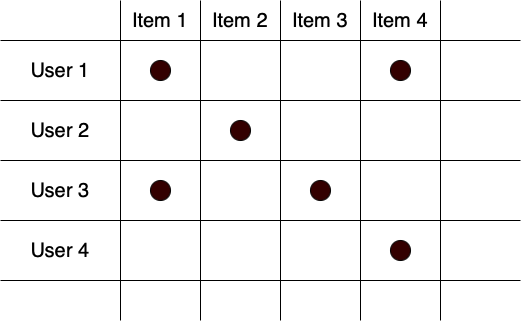
This is book/ch_recommendation_system/imgs/utility_matrix.png from tiepvupsu/tabml_book, a draw.io export, as it was before one commit. Source tidied: cells renumbered, new cells last; positions are measured from the earlier drawing's top-left corner, leaving out a move shared by most shapes.
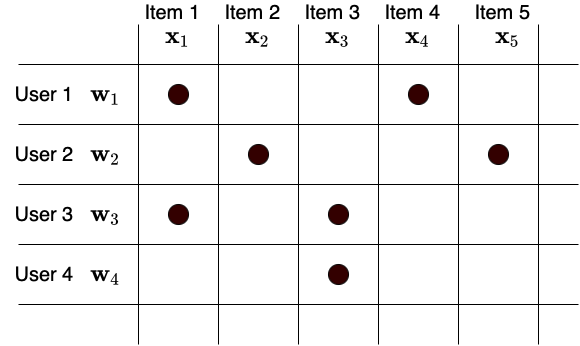
Above is the later version.

Diff of the diagram source:
```diff
@@ -1,35 +1,35 @@
-<mxGraphModel>
+<mxGraphModel math="1">
   <root>
     <mxCell id="0" />
     <mxCell id="1" parent="0" />
     <mxCell id="2" style="endArrow=none;html=1;" parent="1" edge="1">
       <mxGeometry relative="1" as="geometry">
         <mxPoint y="40" as="sourcePoint" />
-        <mxPoint x="520" y="40" as="targetPoint" />
+        <mxPoint x="560" y="40" as="targetPoint" />
       </mxGeometry>
     </mxCell>
     <mxCell id="3" style="endArrow=none;html=1;" parent="1" edge="1">
       <mxGeometry relative="1" as="geometry">
         <mxPoint y="100" as="sourcePoint" />
-        <mxPoint x="520" y="100" as="targetPoint" />
+        <mxPoint x="560" y="100" as="targetPoint" />
       </mxGeometry>
     </mxCell>
     <mxCell id="4" style="endArrow=none;html=1;" parent="1" edge="1">
       <mxGeometry relative="1" as="geometry">
         <mxPoint y="160" as="sourcePoint" />
-        <mxPoint x="520" y="160" as="targetPoint" />
+        <mxPoint x="560" y="160" as="targetPoint" />
       </mxGeometry>
     </mxCell>
     <mxCell id="5" style="endArrow=none;html=1;" parent="1" edge="1">
       <mxGeometry relative="1" as="geometry">
         <mxPoint y="220" as="sourcePoint" />
-        <mxPoint x="520" y="220" as="targetPoint" />
+        <mxPoint x="560" y="220" as="targetPoint" />
       </mxGeometry>
     </mxCell>
     <mxCell id="6" style="endArrow=none;html=1;" parent="1" edge="1">
       <mxGeometry relative="1" as="geometry">
         <mxPoint y="280" as="sourcePoint" />
-        <mxPoint x="520" y="280" as="targetPoint" />
+        <mxPoint x="560" y="280" as="targetPoint" />
       </mxGeometry>
     </mxCell>
     <mxCell id="7" style="endArrow=none;html=1;" parent="1" edge="1">
@@ -44,65 +44,77 @@
         <mxPoint x="200" as="targetPoint" />
       </mxGeometry>
     </mxCell>
-    <mxCell id="9" value="User 1" style="text;html=1;strokeColor=none;fillColor=none;align=center;verticalAlign=middle;whiteSpace=wrap;rounded=0;fontSize=20;" parent="1" vertex="1">
-      <mxGeometry x="20" y="60" width="80" height="20" as="geometry" />
+    <mxCell id="9" value="User 1 &amp;nbsp; \(\mathbf{w}_1\)" style="text;html=1;strokeColor=none;fillColor=none;align=center;verticalAlign=middle;whiteSpace=wrap;rounded=0;fontSize=20;" parent="1" vertex="1">
+      <mxGeometry x="-10" y="60" width="120" height="20" as="geometry" />
     </mxCell>
-    <mxCell id="10" value="User 2" style="text;html=1;strokeColor=none;fillColor=none;align=center;verticalAlign=middle;whiteSpace=wrap;rounded=0;fontSize=20;" parent="1" vertex="1">
-      <mxGeometry x="20" y="120" width="80" height="20" as="geometry" />
+    <mxCell id="10" value="Item 1 &amp;nbsp; \(\mathbf{x}_1\)" style="text;html=1;strokeColor=none;fillColor=none;align=center;verticalAlign=middle;whiteSpace=wrap;rounded=0;fontSize=20;" parent="1" vertex="1">
+      <mxGeometry x="120" y="-10" width="80" height="20" as="geometry" />
     </mxCell>
-    <mxCell id="11" value="User 3" style="text;html=1;strokeColor=none;fillColor=none;align=center;verticalAlign=middle;whiteSpace=wrap;rounded=0;fontSize=20;" parent="1" vertex="1">
-      <mxGeometry x="20" y="180" width="80" height="20" as="geometry" />
+    <mxCell id="11" style="endArrow=none;html=1;" parent="1" edge="1">
+      <mxGeometry relative="1" as="geometry">
+        <mxPoint x="280" y="320" as="sourcePoint" />
+        <mxPoint x="280" as="targetPoint" />
+      </mxGeometry>
     </mxCell>
-    <mxCell id="12" value="User 4" style="text;html=1;strokeColor=none;fillColor=none;align=center;verticalAlign=middle;whiteSpace=wrap;rounded=0;fontSize=20;" parent="1" vertex="1">
-      <mxGeometry x="20" y="240" width="80" height="20" as="geometry" />
+    <mxCell id="12" style="endArrow=none;html=1;" parent="1" edge="1">
+      <mxGeometry relative="1" as="geometry">
+        <mxPoint x="360" y="320" as="sourcePoint" />
+        <mxPoint x="360" as="targetPoint" />
+      </mxGeometry>
     </mxCell>
-    <mxCell id="13" value="Item 1" style="text;html=1;strokeColor=none;fillColor=none;align=center;verticalAlign=middle;whiteSpace=wrap;rounded=0;fontSize=20;" parent="1" vertex="1">
-      <mxGeometry x="120" y="10" width="80" height="20" as="geometry" />
+    <mxCell id="13" style="endArrow=none;html=1;" parent="1" edge="1">
+      <mxGeometry relative="1" as="geometry">
+        <mxPoint x="440" y="320" as="sourcePoint" />
+        <mxPoint x="440" as="targetPoint" />
+      </mxGeometry>
     </mxCell>
-    <mxCell id="14" style="endArrow=none;html=1;" parent="1" edge="1">
-      <mxGeometry relative="1" as="geometry">
-        <mxPoint x="280" y="320" as="sourcePoint" />
-        <mxPoint x="280" as="targetPoint" />
-      </mxGeometry>
+    <mxCell id="14" style="ellipse;whiteSpace=wrap;html=1;fontSize=20;labelBackgroundColor=#33001A;fillColor=#330000;" parent="1" vertex="1">
+      <mxGeometry x="150" y="60" width="20" height="20" as="geometry" />
     </mxCell>
-    <mxCell id="15" style="endArrow=none;html=1;" parent="1" edge="1">
-      <mxGeometry relative="1" as="geometry">
-        <mxPoint x="360" y="320" as="sourcePoint" />
-        <mxPoint x="360" as="targetPoint" />
-      </mxGeometry>
+    <mxCell id="15" style="ellipse;whiteSpace=wrap;html=1;fontSize=20;labelBackgroundColor=#33001A;fillColor=#330000;" parent="1" vertex="1">
+      <mxGeometry x="390" y="60" width="20" height="20" as="geometry" />
     </mxCell>
-    <mxCell id="16" style="endArrow=none;html=1;" parent="1" edge="1">
-      <mxGeometry relative="1" as="geometry">
-        <mxPoint x="440" y="320" as="sourcePoint" />
-        <mxPoint x="440" as="targetPoint" />
-      </mxGeometry>
+    <mxCell id="16" style="ellipse;whiteSpace=wrap;html=1;fontSize=20;labelBackgroundColor=#33001A;fillColor=#330000;" parent="1" vertex="1">
+      <mxGeometry x="230" y="120" width="20" height="20" as="geometry" />
     </mxCell>
-    <mxCell id="17" value="Item 2" style="text;html=1;strokeColor=none;fillColor=none;align=center;verticalAlign=middle;whiteSpace=wrap;rounded=0;fontSize=20;" parent="1" vertex="1">
-      <mxGeometry x="200" y="10" width="80" height="20" as="geometry" />
+    <mxCell id="17" style="ellipse;whiteSpace=wrap;html=1;fontSize=20;labelBackgroundColor=#33001A;fillColor=#330000;" parent="1" vertex="1">
+      <mxGeometry x="310" y="180" width="20" height="20" as="geometry" />
     </mxCell>
-    <mxCell id="18" value="Item 3" style="text;html=1;strokeColor=none;fillColor=none;align=center;verticalAlign=middle;whiteSpace=wrap;rounded=0;fontSize=20;" parent="1" vertex="1">
-      <mxGeometry x="280" y="10" width="80" height="20" as="geometry" />
+    <mxCell id="18" style="ellipse;whiteSpace=wrap;html=1;fontSize=20;labelBackgroundColor=#33001A;fillColor=#330000;" parent="1" vertex="1">
+      <mxGeometry x="150" y="180" width="20" height="20" as="geometry" />
     </mxCell>
-    <mxCell id="19" value="Item 4" style="text;html=1;strokeColor=none;fillColor=none;align=center;verticalAlign=middle;whiteSpace=wrap;rounded=0;fontSize=20;" parent="1" vertex="1">
-      <mxGeometry x="360" y="10" width="80" height="20" as="geometry" />
+    <mxCell id="19" style="ellipse;whiteSpace=wrap;html=1;fontSize=20;labelBackgroundColor=#33001A;fillColor=#330000;" parent="1" vertex="1">
+      <mxGeometry x="310" y="240" width="20" height="20" as="geometry" />
     </mxCell>
-    <mxCell id="20" style="ellipse;whiteSpace=wrap;html=1;fontSize=20;labelBackgroundColor=#33001A;fillColor=#330000;" parent="1" vertex="1">
-      <mxGeometry x="150" y="60" width="20" height="20" as="geometry" />
+    <mxCell id="20" value="User 2 &amp;nbsp; \(\mathbf{w}_2\)" style="text;html=1;strokeColor=none;fillColor=none;align=center;verticalAlign=middle;whiteSpace=wrap;rounded=0;fontSize=20;" parent="1" vertex="1">
+      <mxGeometry x="-10" y="120" width="120" height="20" as="geometry" />
     </mxCell>
-    <mxCell id="21" style="ellipse;whiteSpace=wrap;html=1;fontSize=20;labelBackgroundColor=#33001A;fillColor=#330000;" parent="1" vertex="1">
-      <mxGeometry x="390" y="60" width="20" height="20" as="geometry" />
+    <mxCell id="21" value="User 3 &amp;nbsp; \(\mathbf{w}_3\)" style="text;html=1;strokeColor=none;fillColor=none;align=center;verticalAlign=middle;whiteSpace=wrap;rounded=0;fontSize=20;" parent="1" vertex="1">
+      <mxGeometry x="-10" y="180" width="120" height="20" as="geometry" />
     </mxCell>
-    <mxCell id="22" style="ellipse;whiteSpace=wrap;html=1;fontSize=20;labelBackgroundColor=#33001A;fillColor=#330000;" parent="1" vertex="1">
-      <mxGeometry x="230" y="120" width="20" height="20" as="geometry" />
+    <mxCell id="22" value="User 4 &amp;nbsp; \(\mathbf{w}_4\)" style="text;html=1;strokeColor=none;fillColor=none;align=center;verticalAlign=middle;whiteSpace=wrap;rounded=0;fontSize=20;" parent="1" vertex="1">
+      <mxGeometry x="-10" y="240" width="120" height="20" as="geometry" />
     </mxCell>
-    <mxCell id="23" style="ellipse;whiteSpace=wrap;html=1;fontSize=20;labelBackgroundColor=#33001A;fillColor=#330000;" parent="1" vertex="1">
-      <mxGeometry x="310" y="180" width="20" height="20" as="geometry" />
+    <mxCell id="23" value="Item 2 &amp;nbsp; \(\mathbf{x}_2\)" style="text;html=1;strokeColor=none;fillColor=none;align=center;verticalAlign=middle;whiteSpace=wrap;rounded=0;fontSize=20;" parent="1" vertex="1">
+      <mxGeometry x="200" y="-15" width="80" height="30" as="geometry" />
     </mxCell>
-    <mxCell id="24" style="ellipse;whiteSpace=wrap;html=1;fontSize=20;labelBackgroundColor=#33001A;fillColor=#330000;" parent="1" vertex="1">
-      <mxGeometry x="150" y="180" width="20" height="20" as="geometry" />
+    <mxCell id="24" value="Item 3 &amp;nbsp; \(\mathbf{x}_3\)" style="text;html=1;strokeColor=none;fillColor=none;align=center;verticalAlign=middle;whiteSpace=wrap;rounded=0;fontSize=20;" parent="1" vertex="1">
+      <mxGeometry x="280" y="-15" width="80" height="30" as="geometry" />
     </mxCell>
-    <mxCell id="25" style="ellipse;whiteSpace=wrap;html=1;fontSize=20;labelBackgroundColor=#33001A;fillColor=#330000;" parent="1" vertex="1">
-      <mxGeometry x="390" y="240" width="20" height="20" as="geometry" />
+    <mxCell id="25" value="Item 4 &amp;nbsp; \(\mathbf{x}_4\)" style="text;html=1;strokeColor=none;fillColor=none;align=center;verticalAlign=middle;whiteSpace=wrap;rounded=0;fontSize=20;" parent="1" vertex="1">
+      <mxGeometry x="360" y="-15" width="80" height="30" as="geometry" />
     </mxCell>
+    <mxCell id="26" style="endArrow=none;html=1;" parent="1" edge="1">
+      <mxGeometry relative="1" as="geometry">
+        <mxPoint x="520" y="320" as="sourcePoint" />
+        <mxPoint x="520" as="targetPoint" />
+      </mxGeometry>
+    </mxCell>
+    <mxCell id="27" value="Item 5 &amp;nbsp; \(\mathbf{x}_5\)" style="text;html=1;strokeColor=none;fillColor=none;align=center;verticalAlign=middle;whiteSpace=wrap;rounded=0;fontSize=20;" parent="1" vertex="1">
+      <mxGeometry x="450" y="-15" width="80" height="30" as="geometry" />
+    </mxCell>
+    <mxCell id="28" style="ellipse;whiteSpace=wrap;html=1;fontSize=20;labelBackgroundColor=#33001A;fillColor=#330000;" parent="1" vertex="1">
+      <mxGeometry x="470" y="120" width="20" height="20" as="geometry" />
+    </mxCell>
   </root>
 </mxGraphModel>
```
